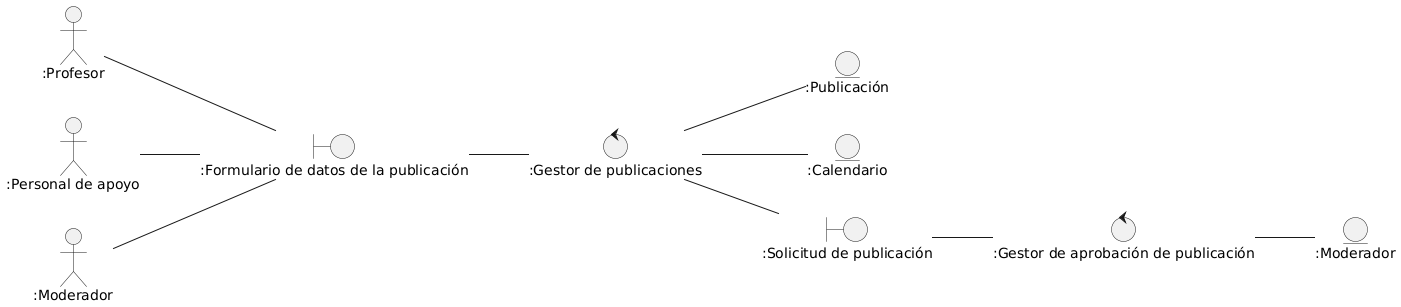
Before: docs/logicalView/DisciplinaDeAnalisis/DiagramaClasesAnalisisHacerUnaPublicacion.png, a diagram exported from PlantUML (Andreinalcm/Proyecto_de_inge_grupo4).
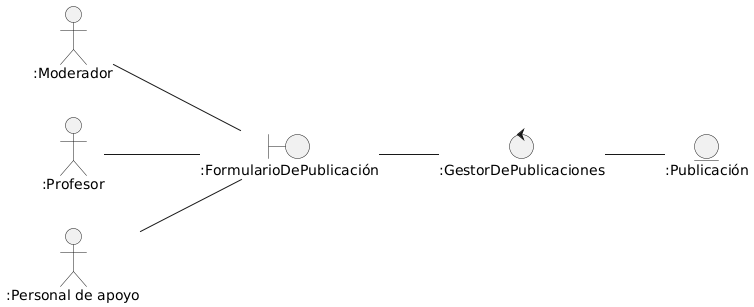
Above is the later version.

Diff of the diagram source:
```diff
@@ -1,25 +1,17 @@
 @startuml
 left to right direction
 
+Actor ":Moderador" as moderador
 Actor ":Profesor" as profe
 Actor ":Personal de apoyo" as pa
-Actor ":Moderador" as moderador
 
-boundary ":Formulario de datos de la publicación" as form
-control ":Gestor de publicaciones" as gestor
-control ":Gestor de aprobación de publicación" as gestorP
+boundary ":FormularioDePublicación" as form
+control ":GestorDePublicaciones" as gestor
 entity ":Publicación" as p
-entity ":Calendario" as c
-entity ":Moderador" as mod
-boundary ":Solicitud de publicación" as soli
 
 profe -- form
 pa -- form
 moderador -- form
 form -- gestor
 gestor -- p
-gestor -- c
-gestor -- soli
-soli -- gestorP
-gestorP -- mod
 @enduml
```
